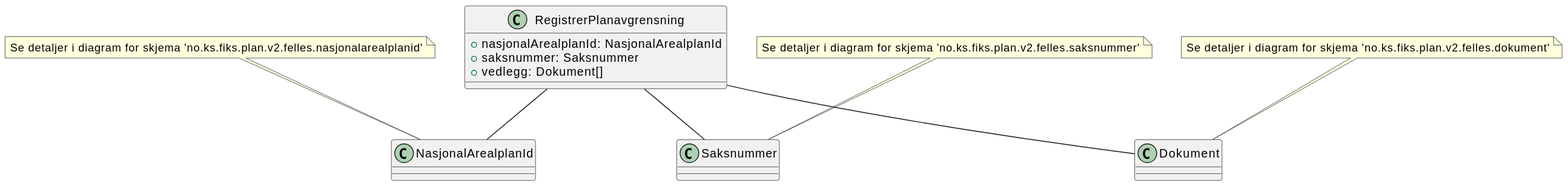
ks-no/fiks-plan-specification keeps this PlantUML diagram as Dokumentasjon/V2/ClassDiagrams/no.ks.fiks.plan.v2.oppdatering.planavgrensning.registrer/planavgrensning-registrer.svg. Above is the earlier version.
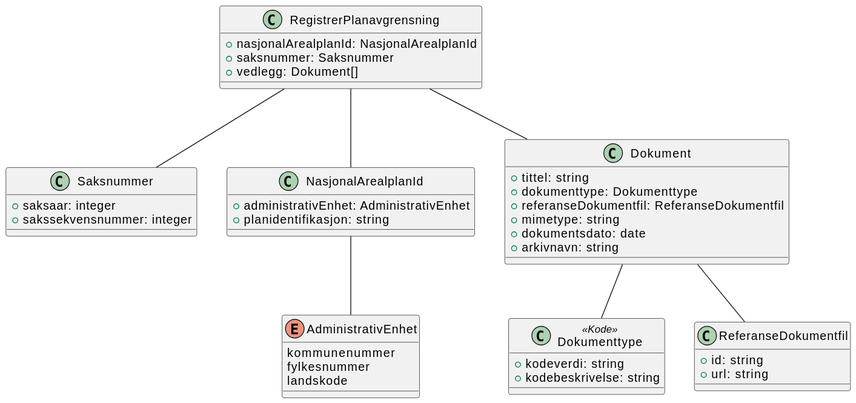
Later version of the same file.

Diff of the diagram source:
```diff
@@ -1,4 +1,8 @@
 @startuml
+!include ./../no.ks.fiks.plan.v2.felles.saksnummer/saksnummer.pu
+!include ./../no.ks.fiks.plan.v2.felles.nasjonalarealplanid/nasjonalarealplanid.pu
+!include ./../no.ks.fiks.plan.v2.felles.dokument/dokument.pu
+
 class RegistrerPlanavgrensning {
     +nasjonalArealplanId: NasjonalArealplanId
     +saksnummer: Saksnummer
@@ -8,8 +12,4 @@
 RegistrerPlanavgrensning -- NasjonalArealplanId
 RegistrerPlanavgrensning -- Saksnummer
 RegistrerPlanavgrensning -- Dokument
-
-note top of NasjonalArealplanId : Se detaljer i diagram for skjema 'no.ks.fiks.plan.v2.felles.nasjonalarealplanid'
-note top of Saksnummer : Se detaljer i diagram for skjema 'no.ks.fiks.plan.v2.felles.saksnummer'
-note top of Dokument : Se detaljer i diagram for skjema 'no.ks.fiks.plan.v2.felles.dokument'
 @enduml
```
